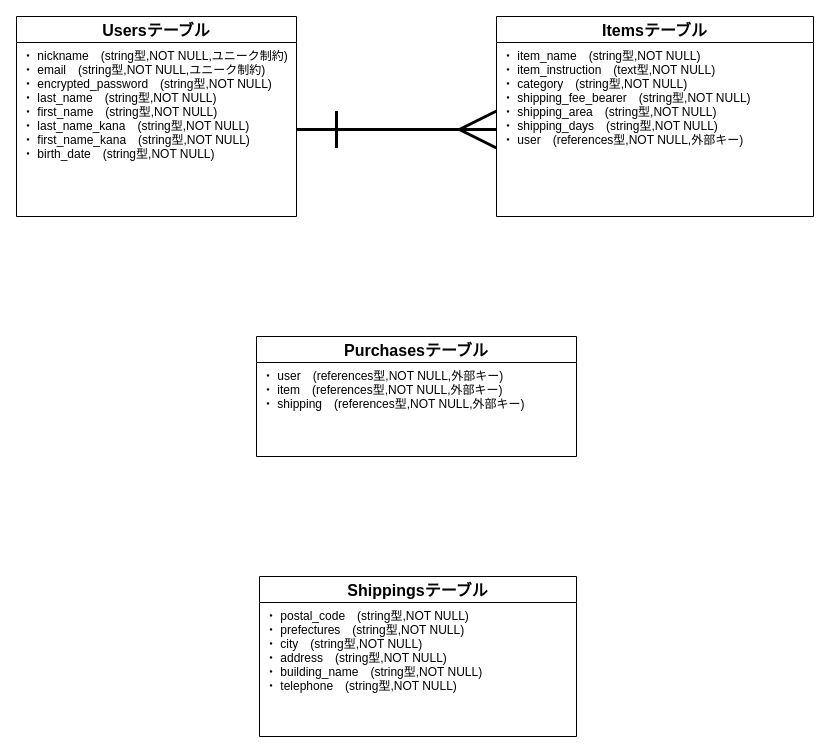
Earlier version of the draw.io diagram page "ページ1" (1 of 2) of furima.dio (Minakuchi0245/furima-37899). Source tidied: cells renumbered, new cells numbered last; positions are measured from the earlier drawing's top-left corner, leaving out a move shared by most shapes. Both pictures are drawn from the tidied source at 100%, with x=0, y=0 at pixel (16, 16).
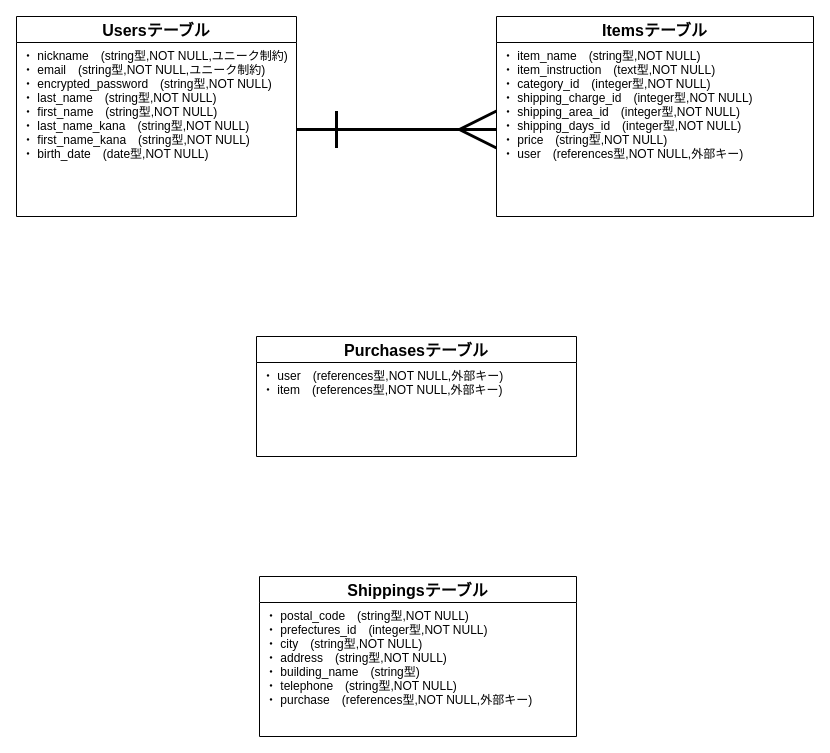
The same page after the edit.

Commit message (it also covers changes not shown here):
データベース設計修正１

Unchanged cells that the change refers to:
```xml
<mxCell id="3" value="Usersテーブル" style="swimlane;fontStyle=1;horizontal=1;startSize=26;align=center;fontSize=16;labelBackgroundColor=none;" parent="1" vertex="1">
  <mxGeometry width="280" height="200" as="geometry" />
</mxCell>
<mxCell id="6" value="Itemsテーブル" style="swimlane;fontStyle=1;horizontal=1;startSize=26;align=center;fontSize=16;labelBackgroundColor=none;" parent="1" vertex="1">
  <mxGeometry x="480" width="317" height="200" as="geometry" />
</mxCell>
<mxCell id="11" value="Purchasesテーブル" style="swimlane;fontStyle=1;horizontal=1;startSize=26;align=center;fontSize=16;labelBackgroundColor=none;" parent="1" vertex="1">
  <mxGeometry x="240" y="320" width="320" height="120" as="geometry" />
</mxCell>
<mxCell id="14" value="Shippingsテーブル" style="swimlane;fontStyle=1;horizontal=1;startSize=26;align=center;fontSize=16;labelBackgroundColor=none;" parent="1" vertex="1">
  <mxGeometry x="243" y="560" width="317" height="160" as="geometry" />
</mxCell>
```

Diff of the diagram source:
```diff
@@
-    <mxCell id="4" value="・ nickname　(string型,NOT NULL,ユニーク制約)&#10;・ email　(string型,NOT NULL,ユニーク制約)&#10;・ encrypted_password　(string型,NOT NULL)&#10;・ last_name　(string型,NOT NULL)&#10;・ first_name　(string型,NOT NULL)&#10;・ last_name_kana　(string型,NOT NULL)&#10;・ first_name_kana　(string型,NOT NULL)&#10;・ birth_date　(string型,NOT NULL)&#10;" style="text;strokeColor=none;fillColor=none;spacingLeft=4;spacingRight=4;overflow=hidden;points=[[0,0.5],[1,0.5]];portConstraint=eastwest;fontSize=12;fontStyle=0;labelBackgroundColor=none;" parent="3" vertex="1">
+    <mxCell id="4" value="・ nickname　(string型,NOT NULL,ユニーク制約)&#10;・ email　(string型,NOT NULL,ユニーク制約)&#10;・ encrypted_password　(string型,NOT NULL)&#10;・ last_name　(string型,NOT NULL)&#10;・ first_name　(string型,NOT NULL)&#10;・ last_name_kana　(string型,NOT NULL)&#10;・ first_name_kana　(string型,NOT NULL)&#10;・ birth_date　(date型,NOT NULL)&#10;" style="text;strokeColor=none;fillColor=none;spacingLeft=4;spacingRight=4;overflow=hidden;points=[[0,0.5],[1,0.5]];portConstraint=eastwest;fontSize=12;fontStyle=0;labelBackgroundColor=none;" parent="3" vertex="1">
       <mxGeometry y="26" width="280" height="174" as="geometry" />
     </mxCell>
@@
-    <mxCell id="7" value="・ item_name　(string型,NOT NULL)&#10;・ item_instruction　(text型,NOT NULL)&#10;・ category　(string型,NOT NULL)&#10;・ shipping_fee_bearer　(string型,NOT NULL)&#10;・ shipping_area　(string型,NOT NULL)&#10;・ shipping_days　(string型,NOT NULL)&#10;・ user　(references型,NOT NULL,外部キー)&#10;" style="text;strokeColor=none;fillColor=none;spacingLeft=4;spacingRight=4;overflow=hidden;points=[[0,0.5],[1,0.5]];portConstraint=eastwest;fontSize=12;fontStyle=0;labelBackgroundColor=none;" parent="6" vertex="1">
+    <mxCell id="7" value="・ item_name　(string型,NOT NULL)&#10;・ item_instruction　(text型,NOT NULL)&#10;・ category_id　(integer型,NOT NULL)&#10;・ shipping_charge_id　(integer型,NOT NULL)&#10;・ shipping_area_id　(integer型,NOT NULL)&#10;・ shipping_days_id　(integer型,NOT NULL)&#10;・ price　(string型,NOT NULL)&#10;・ user　(references型,NOT NULL,外部キー)&#10;" style="text;strokeColor=none;fillColor=none;spacingLeft=4;spacingRight=4;overflow=hidden;points=[[0,0.5],[1,0.5]];portConstraint=eastwest;fontSize=12;fontStyle=0;labelBackgroundColor=none;" parent="6" vertex="1">
       <mxGeometry y="26" width="317" height="174" as="geometry" />
     </mxCell>
@@
-    <mxCell id="12" value="・ user　(references型,NOT NULL,外部キー)&#10;・ item　(references型,NOT NULL,外部キー)&#10;・ shipping　(references型,NOT NULL,外部キー)&#10;" style="text;strokeColor=none;fillColor=none;spacingLeft=4;spacingRight=4;overflow=hidden;points=[[0,0.5],[1,0.5]];portConstraint=eastwest;fontSize=12;fontStyle=0;labelBackgroundColor=none;" parent="11" vertex="1">
+    <mxCell id="12" value="・ user　(references型,NOT NULL,外部キー)&#10;・ item　(references型,NOT NULL,外部キー)&#10;" style="text;strokeColor=none;fillColor=none;spacingLeft=4;spacingRight=4;overflow=hidden;points=[[0,0.5],[1,0.5]];portConstraint=eastwest;fontSize=12;fontStyle=0;labelBackgroundColor=none;" parent="11" vertex="1">
       <mxGeometry y="26" width="320" height="94" as="geometry" />
     </mxCell>
@@
-    <mxCell id="15" value="・ postal_code　(string型,NOT NULL)&#10;・ prefectures　(string型,NOT NULL)&#10;・ city　(string型,NOT NULL)&#10;・ address　(string型,NOT NULL)&#10;・ building_name　(string型,NOT NULL)&#10;・ telephone　(string型,NOT NULL)&#10;" style="text;strokeColor=none;fillColor=none;spacingLeft=4;spacingRight=4;overflow=hidden;fontSize=12;fontStyle=0;labelBackgroundColor=none;" parent="14" vertex="1">
+    <mxCell id="15" value="・ postal_code　(string型,NOT NULL)&#10;・ prefectures_id　(integer型,NOT NULL)&#10;・ city　(string型,NOT NULL)&#10;・ address　(string型,NOT NULL)&#10;・ building_name　(string型)&#10;・ telephone　(string型,NOT NULL)&#10;・ purchase　(references型,NOT NULL,外部キー)&#10;" style="text;strokeColor=none;fillColor=none;spacingLeft=4;spacingRight=4;overflow=hidden;fontSize=12;fontStyle=0;labelBackgroundColor=none;" parent="14" vertex="1">
       <mxGeometry y="26" width="317" height="134" as="geometry" />
     </mxCell>
```
